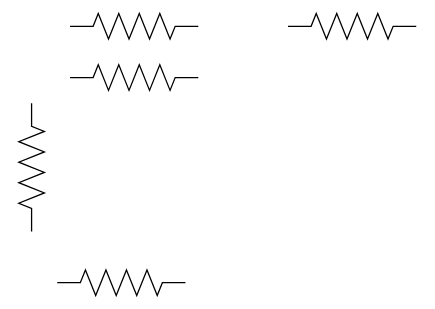
recio24/Obsidian-vault keeps this draw.io diagram as GS_Mecatronica/2º Año/Sistemas eléctricos y electrónicos/Corriente continua/Ejercicios/Untitled Diagram.svg. Above is the earlier version. Source tidied: cells renumbered, new cells last; positions are measured from the earlier drawing's top-left corner, leaving out a move shared by most shapes.
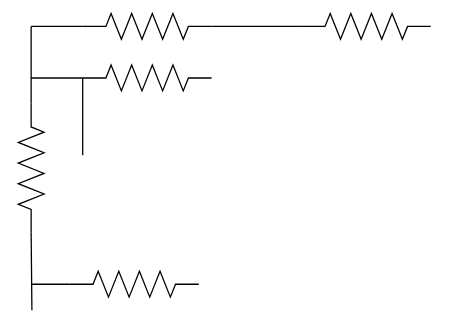
After the commit.

Commit message:
vault backup: 2025-11-05 10:44:51

What changed in the source:
```diff
@@ -15,7 +15,43 @@
       <mxGeometry x="70" y="200" width="100" height="20" as="geometry" />
     </mxCell>
     <mxCell id="6" style="verticalLabelPosition=bottom;shadow=0;dashed=0;align=center;html=1;verticalAlign=top;shape=mxgraph.electrical.resistors.resistor_2;rotation=90;" parent="1" vertex="1">
-      <mxGeometry y="110" width="100" height="20" as="geometry" />
+      <mxGeometry x="-10" y="110" width="100" height="20" as="geometry" />
     </mxCell>
+    <mxCell id="7" style="endArrow=none;html=1;exitX=0.58;exitY=0.135;exitDx=0;exitDy=0;exitPerimeter=0;entryX=1;entryY=0.5;entryDx=0;entryDy=0;entryPerimeter=0;" parent="1" edge="1" target="6">
+      <mxGeometry relative="1" as="geometry">
+        <mxPoint x="40.6" y="230.1" as="sourcePoint" />
+      </mxGeometry>
+    </mxCell>
+    <mxCell id="8" style="endArrow=none;html=1;" parent="1" edge="1">
+      <mxGeometry relative="1" as="geometry">
+        <mxPoint x="40" y="210" as="sourcePoint" />
+        <mxPoint x="70" y="210" as="targetPoint" />
+      </mxGeometry>
+    </mxCell>
+    <mxCell id="9" style="endArrow=none;html=1;" parent="1" edge="1">
+      <mxGeometry relative="1" as="geometry">
+        <mxPoint x="40" y="70" as="sourcePoint" />
+        <mxPoint x="40" y="10" as="targetPoint" />
+      </mxGeometry>
+    </mxCell>
+    <mxCell id="10" style="endArrow=none;html=1;exitX=0;exitY=0.5;exitDx=0;exitDy=0;exitPerimeter=0;" parent="1" edge="1" source="2">
+      <mxGeometry relative="1" as="geometry">
+        <mxPoint x="40" y="10" as="targetPoint" />
+      </mxGeometry>
+    </mxCell>
+    <mxCell id="11" style="endArrow=none;html=1;exitX=0;exitY=0.5;exitDx=0;exitDy=0;exitPerimeter=0;entryX=1;entryY=0.5;entryDx=0;entryDy=0;entryPerimeter=0;" parent="1" edge="1" source="4" target="2">
+      <mxGeometry relative="1" as="geometry" />
+    </mxCell>
+    <mxCell id="12" style="endArrow=none;html=1;entryX=0;entryY=0.5;entryDx=0;entryDy=0;entryPerimeter=0;" parent="1" edge="1" target="3">
+      <mxGeometry relative="1" as="geometry">
+        <mxPoint x="40" y="50" as="sourcePoint" />
+      </mxGeometry>
+    </mxCell>
+    <mxCell id="13" style="endArrow=none;html=1;" parent="1" edge="1">
+      <mxGeometry relative="1" as="geometry">
+        <mxPoint x="80" y="110" as="sourcePoint" />
+        <mxPoint x="80" y="50" as="targetPoint" />
+      </mxGeometry>
+    </mxCell>
   </root>
 </mxGraphModel>
```
